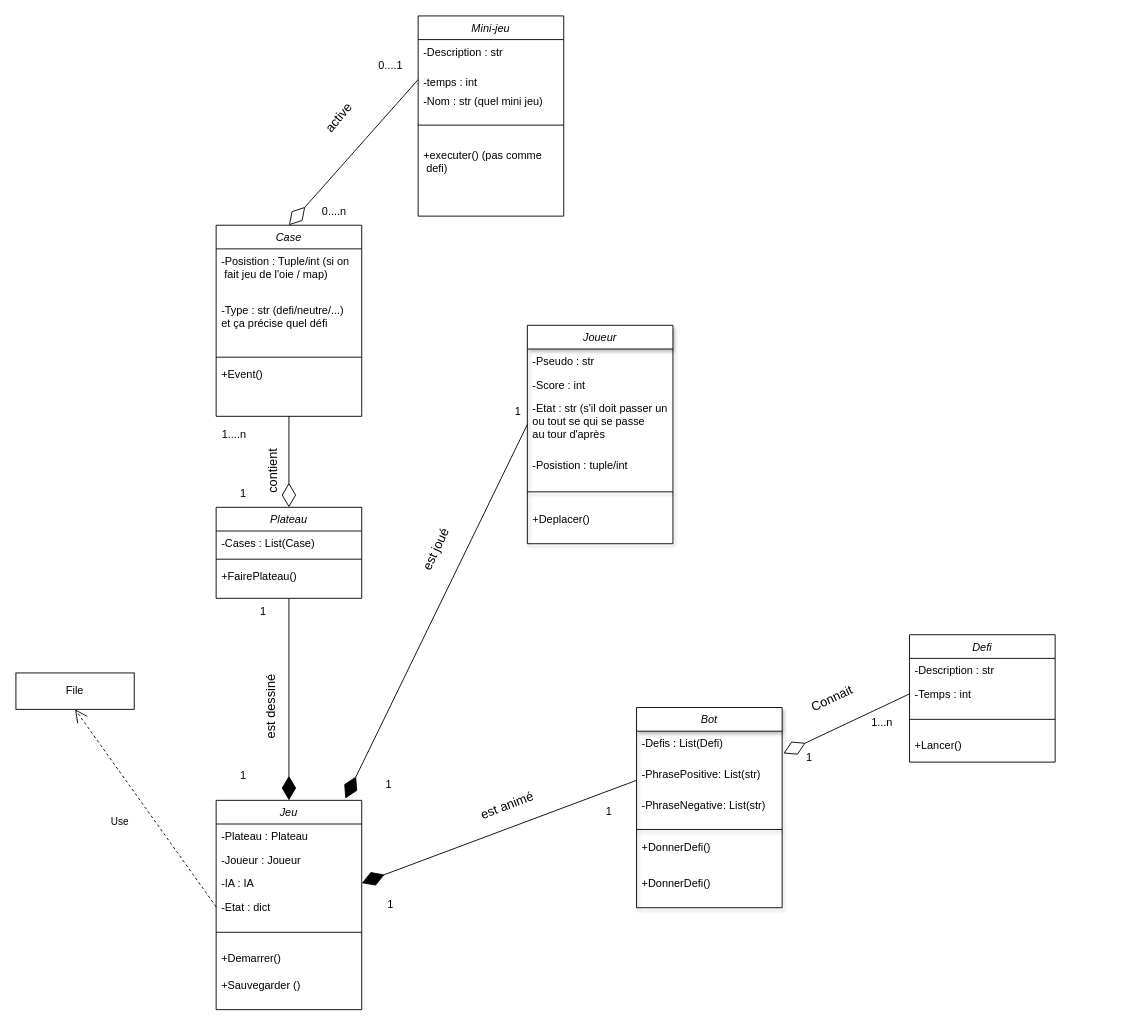
Arthur-citizen/Projet-dev-2-Jeu-Loufoque keeps this draw.io diagram as uml.drawio. Above is the earlier version. Source tidied: cells renumbered, new cells numbered last; positions are measured from the earlier drawing's top-left corner, leaving out a move shared by most shapes. Both pictures are drawn from the tidied source at 91%, with x=0, y=0 at pixel (15, 15).
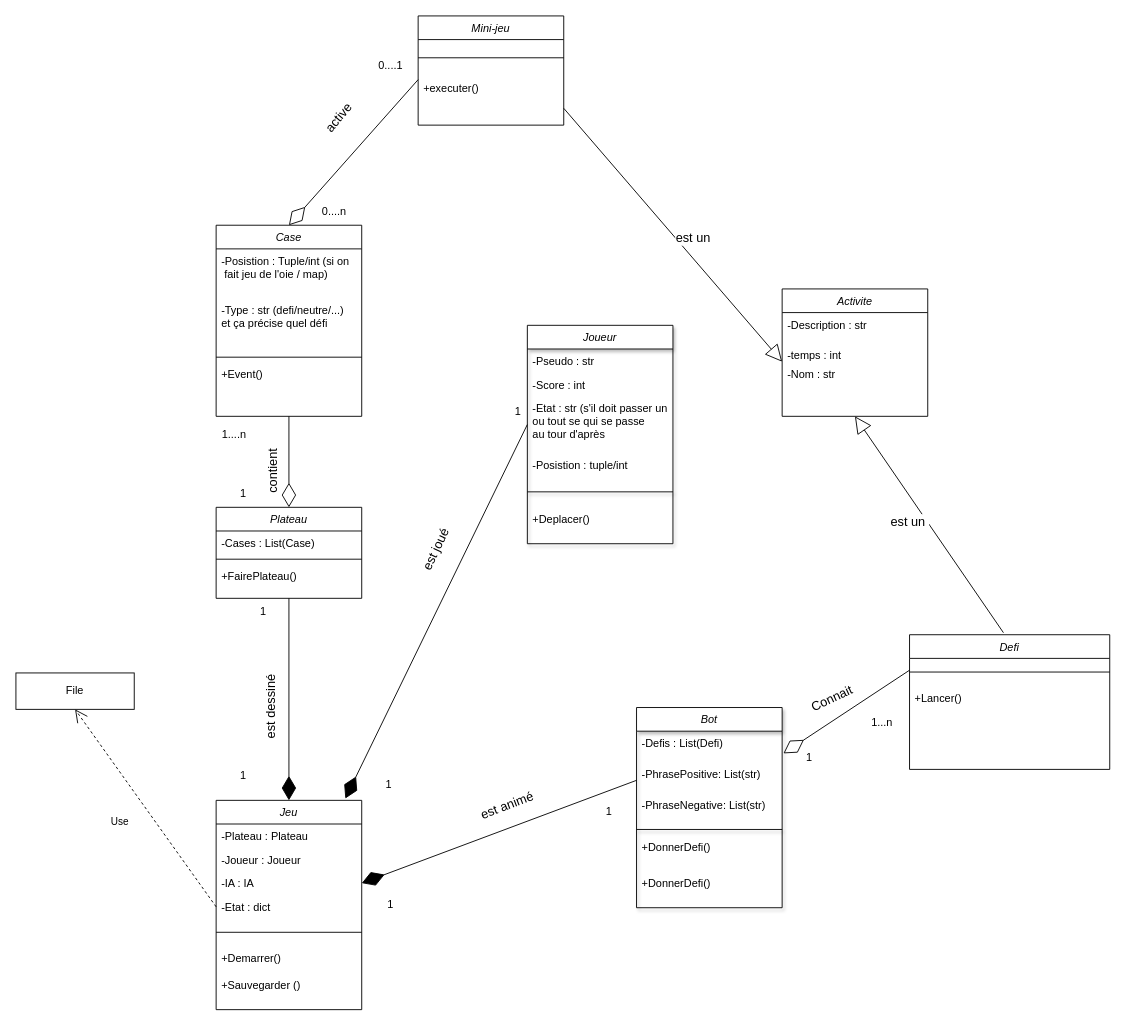
The same diagram, later.

Unchanged cells that the change refers to:
```xml
<mxCell id="30" value="-Defis : List(Defi)" style="text;align=left;verticalAlign=top;spacingLeft=4;spacingRight=4;overflow=hidden;points=[[0,0.5],[1,0.5]];portConstraint=eastwest;shadow=1;" parent="29" vertex="1">
  <mxGeometry y="26" width="160" height="34" as="geometry" />
</mxCell>
<mxCell id="41" value="Case" style="swimlane;fontStyle=2;align=center;verticalAlign=top;horizontal=1;startSize=26;rounded=0;shadow=0;strokeWidth=1;" parent="1" vertex="1">
  <mxGeometry x="220" y="230" width="160" height="210" as="geometry" />
</mxCell>
```

The edit, as a diff of the source:
```diff
@@
     <mxCell id="16" value="Mini-jeu" style="swimlane;fontStyle=2;align=center;verticalAlign=top;horizontal=1;startSize=26;rounded=0;shadow=0;strokeWidth=1;" parent="1" vertex="1">
-      <mxGeometry x="442" width="160" height="220" as="geometry" />
+      <mxGeometry x="442" width="160" height="120" as="geometry" />
     </mxCell>
-    <mxCell id="17" value="-Description : str&#10;&#10;" style="text;align=left;verticalAlign=top;spacingLeft=4;spacingRight=4;overflow=hidden;" parent="16" vertex="1">
-      <mxGeometry y="26" width="160" height="34" as="geometry" />
-    </mxCell>
-    <mxCell id="18" value="-temps : int" style="text;align=left;verticalAlign=top;spacingLeft=4;spacingRight=4;overflow=hidden;points=[[0,0.5],[1,0.5]];portConstraint=eastwest;rounded=0;shadow=0;html=0;" parent="16" vertex="1">
-      <mxGeometry y="60" width="160" height="20" as="geometry" />
-    </mxCell>
-    <mxCell id="19" value="-Nom : str (quel mini jeu)" style="text;align=left;verticalAlign=top;spacingLeft=4;spacingRight=4;overflow=hidden;rounded=0;shadow=0;html=0;" parent="16" vertex="1">
-      <mxGeometry y="80" width="160" height="20" as="geometry" />
-    </mxCell>
     <mxCell id="20" style="line;html=1;strokeWidth=1;align=left;verticalAlign=middle;spacingTop=-1;spacingLeft=3;spacingRight=3;labelPosition=right;" parent="16" vertex="1">
-      <mxGeometry y="100" width="160" height="40" as="geometry" />
+      <mxGeometry y="26" width="160" height="40" as="geometry" />
     </mxCell>
-    <mxCell id="21" value="+executer() (pas comme&#10; defi)" style="text;align=left;verticalAlign=top;spacingLeft=4;spacingRight=4;overflow=hidden;rounded=0;shadow=0;html=0;" parent="16" vertex="1">
-      <mxGeometry y="140" width="160" height="40" as="geometry" />
+    <mxCell id="21" value="+executer() " style="text;align=left;verticalAlign=top;spacingLeft=4;spacingRight=4;overflow=hidden;rounded=0;shadow=0;html=0;" parent="16" vertex="1">
+      <mxGeometry y="66" width="160" height="40" as="geometry" />
     </mxCell>
@@
     <mxCell id="36" value="Defi" style="swimlane;fontStyle=2;align=center;verticalAlign=top;horizontal=1;startSize=26;rounded=0;shadow=0;strokeWidth=1;" parent="1" vertex="1">
-      <mxGeometry x="982" y="680" width="160" height="140" as="geometry" />
+      <mxGeometry x="982" y="680" width="220" height="148" as="geometry" />
     </mxCell>
-    <mxCell id="37" value="-Description : str" style="text;align=left;verticalAlign=top;spacingLeft=4;spacingRight=4;overflow=hidden;" parent="36" vertex="1">
-      <mxGeometry y="26" width="160" height="26" as="geometry" />
-    </mxCell>
-    <mxCell id="38" value="-Temps : int" style="text;align=left;verticalAlign=top;spacingLeft=4;spacingRight=4;overflow=hidden;points=[[0,0.5],[1,0.5]];portConstraint=eastwest;rounded=0;shadow=0;html=0;" parent="36" vertex="1">
-      <mxGeometry y="52" width="160" height="26" as="geometry" />
-    </mxCell>
     <mxCell id="39" style="line;html=1;strokeWidth=1;align=left;verticalAlign=middle;spacingTop=-1;spacingLeft=3;spacingRight=3;labelPosition=right;" parent="36" vertex="1">
-      <mxGeometry y="78" width="160" height="30" as="geometry" />
+      <mxGeometry y="26" width="220" height="30" as="geometry" />
     </mxCell>
     <mxCell id="40" value="+Lancer()" style="text;align=left;verticalAlign=top;spacingLeft=4;spacingRight=4;overflow=hidden;" parent="36" vertex="1">
-      <mxGeometry y="108" width="160" height="30" as="geometry" />
+      <mxGeometry y="56" width="220" height="92" as="geometry" />
     </mxCell>
@@
-    <mxCell id="50" style="endArrow=diamondThin;endFill=0;endSize=24;html=1;rounded=0;exitX=0;exitY=0.5;exitDx=0;exitDy=0;entryX=0.5;entryY=0;entryDx=0;entryDy=0;" parent="1" edge="1" source="18" target="41">
-      <mxGeometry relative="1" as="geometry" />
+    <mxCell id="50" style="endArrow=diamondThin;endFill=0;endSize=24;html=1;rounded=0;exitX=0;exitY=0.5;exitDx=0;exitDy=0;entryX=0.5;entryY=0;entryDx=0;entryDy=0;" parent="1" edge="1" target="41">
+      <mxGeometry relative="1" as="geometry">
+        <mxPoint x="442" y="70" as="sourcePoint" />
+      </mxGeometry>
     </mxCell>
@@
-    <mxCell id="52" style="endArrow=diamondThin;endFill=0;endSize=24;html=1;rounded=0;entryX=1.009;entryY=0.717;entryDx=0;entryDy=0;entryPerimeter=0;exitX=0;exitY=0.5;exitDx=0;exitDy=0;" parent="1" edge="1" source="38" target="30">
-      <mxGeometry relative="1" as="geometry" />
+    <mxCell id="52" style="endArrow=diamondThin;endFill=0;endSize=24;html=1;rounded=0;entryX=1.009;entryY=0.717;entryDx=0;entryDy=0;entryPerimeter=0;exitX=0;exitY=0.5;exitDx=0;exitDy=0;" parent="1" edge="1" target="30">
+      <mxGeometry relative="1" as="geometry">
+        <mxPoint x="982" y="719" as="sourcePoint" />
+      </mxGeometry>
     </mxCell>
@@
+    <mxCell id="71" value="Activite" style="swimlane;fontStyle=2;align=center;verticalAlign=top;horizontal=1;startSize=26;rounded=0;shadow=0;strokeWidth=1;" parent="1" vertex="1">
+      <mxGeometry x="842" y="300" width="160" height="140" as="geometry" />
+    </mxCell>
+    <mxCell id="17" value="-Description : str&#10;&#10;" style="text;align=left;verticalAlign=top;spacingLeft=4;spacingRight=4;overflow=hidden;" parent="71" vertex="1">
+      <mxGeometry y="26" width="160" height="34" as="geometry" />
+    </mxCell>
+    <mxCell id="18" value="-temps : int" style="text;align=left;verticalAlign=top;spacingLeft=4;spacingRight=4;overflow=hidden;points=[[0,0.5],[1,0.5]];portConstraint=eastwest;rounded=0;shadow=0;html=0;" parent="71" vertex="1">
+      <mxGeometry y="60" width="160" height="20" as="geometry" />
+    </mxCell>
+    <mxCell id="72" value="-Nom : str " style="text;align=left;verticalAlign=top;spacingLeft=4;spacingRight=4;overflow=hidden;points=[[0,0.5],[1,0.5]];portConstraint=eastwest;rounded=0;shadow=0;html=0;" parent="71" vertex="1">
+      <mxGeometry y="80" width="160" height="20" as="geometry" />
+    </mxCell>
+    <mxCell id="73" value="&lt;font style=&quot;font-size: 14px;&quot;&gt;est un&amp;nbsp;&lt;/font&gt;" style="endArrow=block;endSize=16;endFill=0;html=1;rounded=0;entryX=0;entryY=0;entryDx=0;entryDy=0;entryPerimeter=0;" parent="1" edge="1" target="72">
+      <mxGeometry x="0.1" y="16" relative="1" as="geometry">
+        <mxPoint x="602" y="101.5" as="sourcePoint" />
+      </mxGeometry>
+    </mxCell>
+    <mxCell id="74" value="&lt;font style=&quot;font-size: 14px;&quot;&gt;est un&amp;nbsp;&lt;/font&gt;" style="endArrow=block;endSize=16;endFill=0;html=1;rounded=0;entryX=0.5;entryY=1;entryDx=0;entryDy=0;exitX=0.469;exitY=-0.015;exitDx=0;exitDy=0;exitPerimeter=0;" parent="1" edge="1" source="36" target="71">
+      <mxGeometry x="0.1" y="16" relative="1" as="geometry" />
+    </mxCell>
```
